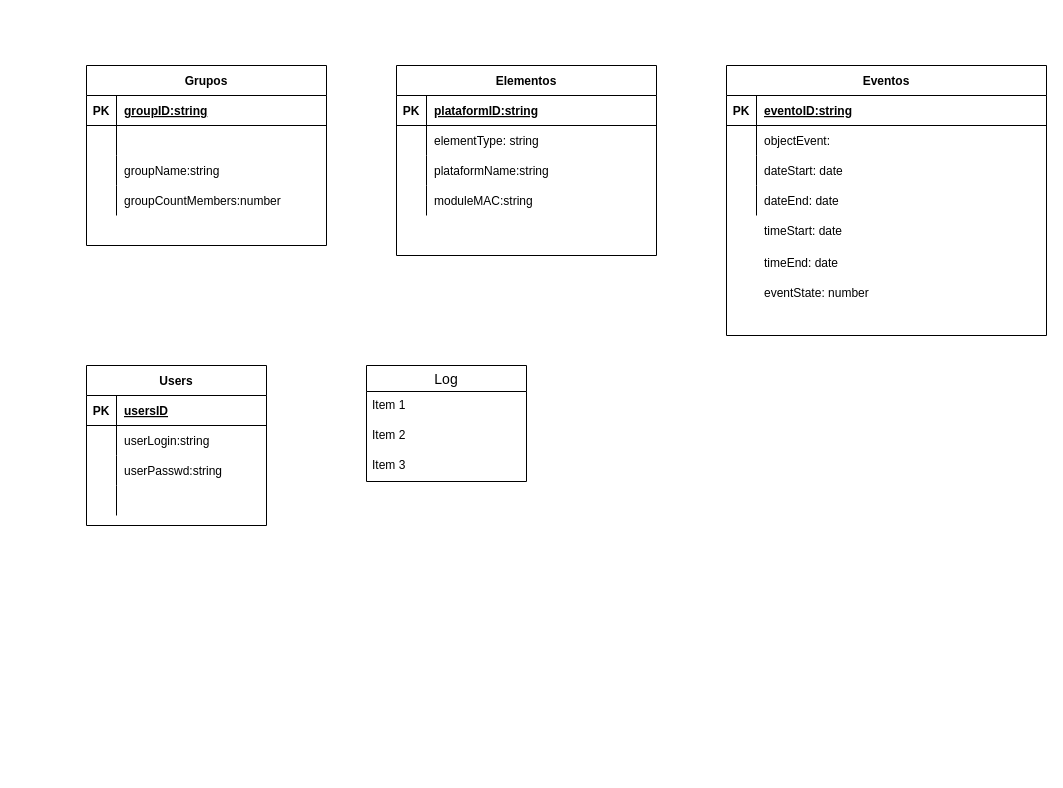
Before: page "Data" (2 of 5) of drawings/esquemasBasicos.drawio in rjnogales/crm.mio, a draw.io diagram. Source tidied: cells renumbered, new cells numbered last; positions are measured from the earlier drawing's top-left corner, leaving out a move shared by most shapes. Both pictures are drawn from the tidied source at 100%, with x=0, y=0 at pixel (86, 65).
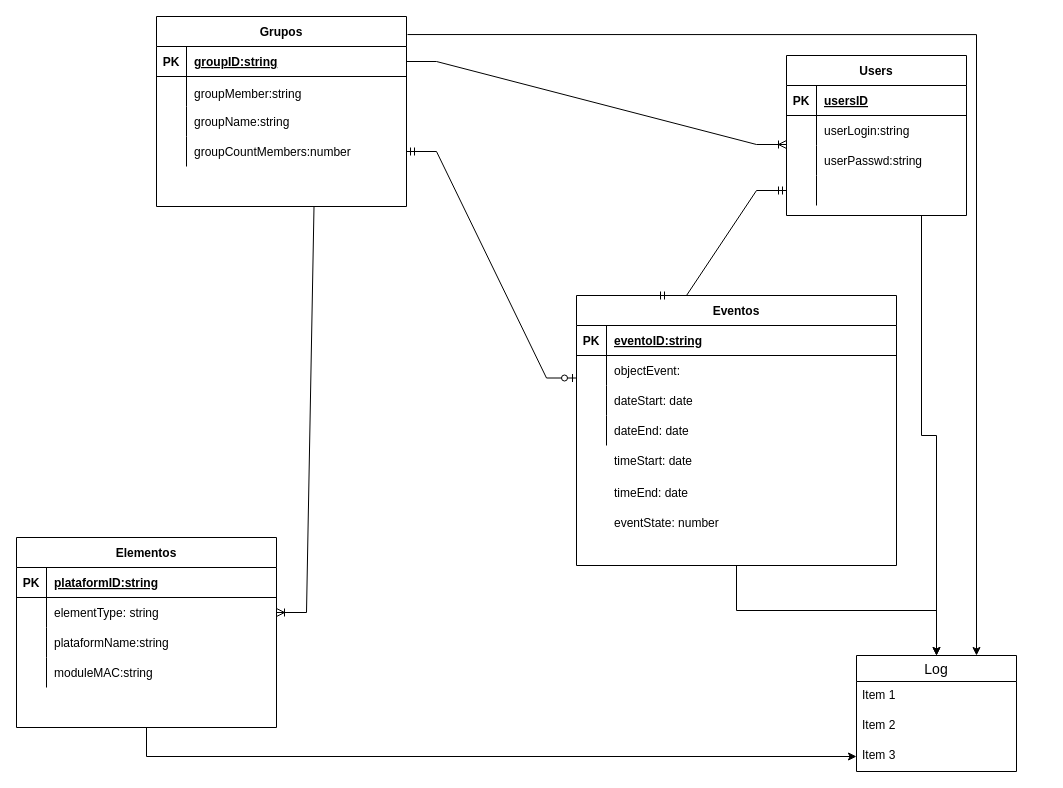
Above is the later version.

Unchanged cells that the change refers to:
```xml
<mxCell id="19" style="shape=partialRectangle;fillColor=none;top=0;left=0;bottom=0;right=0;points=[[0,0.5],[1,0.5]];portConstraint=eastwest;" parent="15" vertex="1">
  <mxGeometry y="60" width="260" height="30" as="geometry" />
</mxCell>
<mxCell id="33" style="shape=partialRectangle;fillColor=none;top=0;left=0;bottom=0;right=0;overflow=hidden;" parent="32" vertex="1">
  <mxGeometry width="30" height="30" as="geometry" />
</mxCell>
<mxCell id="51" style="shape=partialRectangle;fillColor=none;top=0;left=0;bottom=0;right=0;points=[[0,0.5],[1,0.5]];portConstraint=eastwest;" parent="44" vertex="1">
  <mxGeometry y="90" width="180" height="30" as="geometry" />
</mxCell>
<mxCell id="54" style="shape=partialRectangle;fillColor=none;top=0;left=0;bottom=0;right=0;points=[[0,0.5],[1,0.5]];portConstraint=eastwest;" parent="44" vertex="1">
  <mxGeometry y="120" width="180" height="30" as="geometry" />
</mxCell>
<mxCell id="60" value="Item 3" style="text;strokeColor=none;fillColor=none;spacingLeft=4;spacingRight=4;overflow=hidden;points=[[0,0.5],[1,0.5]];portConstraint=eastwest;fontSize=12;" parent="57" vertex="1">
  <mxGeometry y="86" width="160" height="30" as="geometry" />
</mxCell>
```

The edit, as a diff of the source:
```diff
@@
     <mxCell id="2" value="Grupos" style="shape=table;startSize=30;childLayout=tableLayout;rowLines=0;fontStyle=1;align=center;" parent="1" vertex="1">
-      <mxGeometry width="240" height="180" as="geometry" />
+      <mxGeometry x="70" y="-49" width="250" height="190" as="geometry" />
     </mxCell>
     <mxCell id="3" style="shape=partialRectangle;fillColor=none;top=0;left=0;bottom=1;right=0;points=[[0,0.5],[1,0.5]];portConstraint=eastwest;" parent="2" vertex="1">
-      <mxGeometry y="30" width="240" height="30" as="geometry" />
+      <mxGeometry y="30" width="250" height="30" as="geometry" />
     </mxCell>
@@
     <mxCell id="5" value="groupID:string" style="shape=partialRectangle;fillColor=none;top=0;left=0;bottom=0;right=0;align=left;spacingLeft=6;fontStyle=5;overflow=hidden;" parent="3" vertex="1">
-      <mxGeometry x="30" width="210" height="30" as="geometry" />
+      <mxGeometry x="30" width="220" height="30" as="geometry" />
     </mxCell>
     <mxCell id="6" style="shape=partialRectangle;fillColor=none;top=0;left=0;bottom=0;right=0;" parent="2" vertex="1">
-      <mxGeometry y="60" width="240" height="30" as="geometry" />
+      <mxGeometry y="60" width="250" height="30" as="geometry" />
     </mxCell>
@@
     <mxCell id="8" style="shape=partialRectangle;fillColor=none;top=0;left=0;bottom=0;right=0;align=left;spacingLeft=6;overflow=hidden;" parent="6" vertex="1">
-      <mxGeometry x="30" width="210" height="30" as="geometry" />
+      <mxGeometry x="30" width="220" height="30" as="geometry" />
     </mxCell>
     <mxCell id="9" style="shape=partialRectangle;fillColor=none;top=0;left=0;bottom=0;right=0;" parent="2" vertex="1">
-      <mxGeometry y="90" width="240" height="30" as="geometry" />
+      <mxGeometry y="90" width="250" height="30" as="geometry" />
     </mxCell>
@@
     <mxCell id="11" value="groupName:string" style="shape=partialRectangle;fillColor=none;top=0;left=0;bottom=0;right=0;align=left;spacingLeft=6;overflow=hidden;" parent="9" vertex="1">
-      <mxGeometry x="30" width="210" height="30" as="geometry" />
+      <mxGeometry x="30" width="220" height="30" as="geometry" />
     </mxCell>
     <mxCell id="12" style="shape=partialRectangle;fillColor=none;top=0;left=0;bottom=0;right=0;points=[[0,0.5],[1,0.5]];portConstraint=eastwest;" parent="2" vertex="1">
-      <mxGeometry y="120" width="240" height="30" as="geometry" />
+      <mxGeometry y="120" width="250" height="30" as="geometry" />
     </mxCell>
@@
     <mxCell id="14" value="groupCountMembers:number" style="shape=partialRectangle;fillColor=none;top=0;left=0;bottom=0;right=0;align=left;spacingLeft=6;overflow=hidden;" parent="12" vertex="1">
-      <mxGeometry x="30" width="210" height="30" as="geometry" />
+      <mxGeometry x="30" width="220" height="30" as="geometry" />
     </mxCell>
+    <mxCell id="61" style="edgeStyle=orthogonalEdgeStyle;rounded=0;jettySize=auto;html=1;exitX=0.5;exitY=1;exitDx=0;exitDy=0;entryX=0;entryY=0.5;entryDx=0;entryDy=0;" parent="1" edge="1" source="15" target="60">
+      <mxGeometry relative="1" as="geometry" />
+    </mxCell>
     <mxCell id="15" value="Elementos" style="shape=table;startSize=30;childLayout=tableLayout;rowLines=0;fontStyle=1;align=center;" parent="1" vertex="1">
-      <mxGeometry x="310" width="260" height="190" as="geometry" />
+      <mxGeometry x="-70" y="472" width="260" height="190" as="geometry" />
     </mxCell>
@@
+    <mxCell id="62" style="edgeStyle=orthogonalEdgeStyle;rounded=0;jettySize=auto;html=1;exitX=0.5;exitY=1;exitDx=0;exitDy=0;" parent="1" edge="1" source="28" target="57">
+      <mxGeometry relative="1" as="geometry" />
+    </mxCell>
     <mxCell id="28" value="Eventos" style="shape=table;startSize=30;childLayout=tableLayout;rowLines=0;fontStyle=1;align=center;" parent="1" vertex="1">
-      <mxGeometry x="640" width="320" height="270" as="geometry" />
+      <mxGeometry x="490" y="230" width="320" height="270" as="geometry" />
     </mxCell>
@@
     <mxCell id="41" value="timeStart: date" style="shape=partialRectangle;fillColor=none;top=0;left=0;bottom=0;right=0;align=left;spacingLeft=6;overflow=hidden;" parent="1" vertex="1">
-      <mxGeometry x="670" y="150" width="230" height="30" as="geometry" />
+      <mxGeometry x="520" y="380" width="230" height="30" as="geometry" />
     </mxCell>
     <mxCell id="42" value="timeEnd: date" style="shape=partialRectangle;fillColor=none;top=0;left=0;bottom=0;right=0;align=left;spacingLeft=6;overflow=hidden;" parent="1" vertex="1">
-      <mxGeometry x="670" y="182" width="230" height="30" as="geometry" />
+      <mxGeometry x="520" y="412" width="230" height="30" as="geometry" />
     </mxCell>
     <mxCell id="43" value="eventState: number" style="shape=partialRectangle;fillColor=none;top=0;left=0;bottom=0;right=0;align=left;spacingLeft=6;overflow=hidden;" parent="1" vertex="1">
-      <mxGeometry x="670" y="212" width="230" height="30" as="geometry" />
+      <mxGeometry x="520" y="442" width="230" height="30" as="geometry" />
     </mxCell>
     <mxCell id="44" value="Users" style="shape=table;startSize=30;childLayout=tableLayout;rowLines=0;fontStyle=1;align=center;" parent="1" vertex="1">
-      <mxGeometry y="300" width="180" height="160" as="geometry" />
+      <mxGeometry x="700" y="-10" width="180" height="160" as="geometry" />
     </mxCell>
@@
     <mxCell id="57" value="Log" style="swimlane;fontStyle=0;horizontal=1;startSize=26;align=center;fontSize=14;" parent="1" vertex="1">
-      <mxGeometry x="280" y="300" width="160" height="116" as="geometry" />
+      <mxGeometry x="770" y="590" width="160" height="116" as="geometry" />
     </mxCell>
@@
+    <mxCell id="63" value="groupMember:string" style="shape=partialRectangle;fillColor=none;top=0;left=0;bottom=0;right=0;align=left;spacingLeft=6;overflow=hidden;" parent="1" vertex="1">
+      <mxGeometry x="100" y="13" width="210" height="30" as="geometry" />
+    </mxCell>
+    <mxCell id="64" style="edgeStyle=entityRelationEdgeStyle;fontSize=12;html=1;endArrow=ERoneToMany;rounded=0;entryX=0;entryY=-0.033;entryDx=0;entryDy=0;entryPerimeter=0;exitX=1;exitY=0.5;exitDx=0;exitDy=0;" parent="1" edge="1" source="3" target="51">
+      <mxGeometry relative="1" as="geometry" />
+    </mxCell>
+    <mxCell id="65" style="edgeStyle=entityRelationEdgeStyle;fontSize=12;html=1;endArrow=ERoneToMany;rounded=0;exitX=0.75;exitY=1;exitDx=0;exitDy=0;entryX=1;entryY=0.5;entryDx=0;entryDy=0;" parent="1" edge="1" source="2" target="19">
+      <mxGeometry relative="1" as="geometry" />
+    </mxCell>
+    <mxCell id="66" style="edgeStyle=entityRelationEdgeStyle;fontSize=12;html=1;endArrow=ERmandOne;startArrow=ERmandOne;rounded=0;exitX=0.25;exitY=0;exitDx=0;exitDy=0;" parent="1" edge="1" source="28" target="54">
+      <mxGeometry relative="1" as="geometry" />
+    </mxCell>
+    <mxCell id="67" style="edgeStyle=entityRelationEdgeStyle;fontSize=12;html=1;endArrow=ERzeroToOne;startArrow=ERmandOne;rounded=0;exitX=1;exitY=0.5;exitDx=0;exitDy=0;entryX=0;entryY=0.75;entryDx=0;entryDy=0;" parent="1" edge="1" source="12" target="33">
+      <mxGeometry relative="1" as="geometry" />
+    </mxCell>
+    <mxCell id="68" style="edgeStyle=orthogonalEdgeStyle;rounded=0;jettySize=auto;html=1;exitX=1.004;exitY=0.095;exitDx=0;exitDy=0;exitPerimeter=0;entryX=0.75;entryY=0;entryDx=0;entryDy=0;" parent="1" edge="1" source="2" target="57">
+      <mxGeometry relative="1" as="geometry" />
+    </mxCell>
+    <mxCell id="69" style="edgeStyle=orthogonalEdgeStyle;rounded=0;jettySize=auto;html=1;exitX=0.75;exitY=1;exitDx=0;exitDy=0;" parent="1" edge="1" source="44" target="57">
+      <mxGeometry relative="1" as="geometry" />
+    </mxCell>
```
